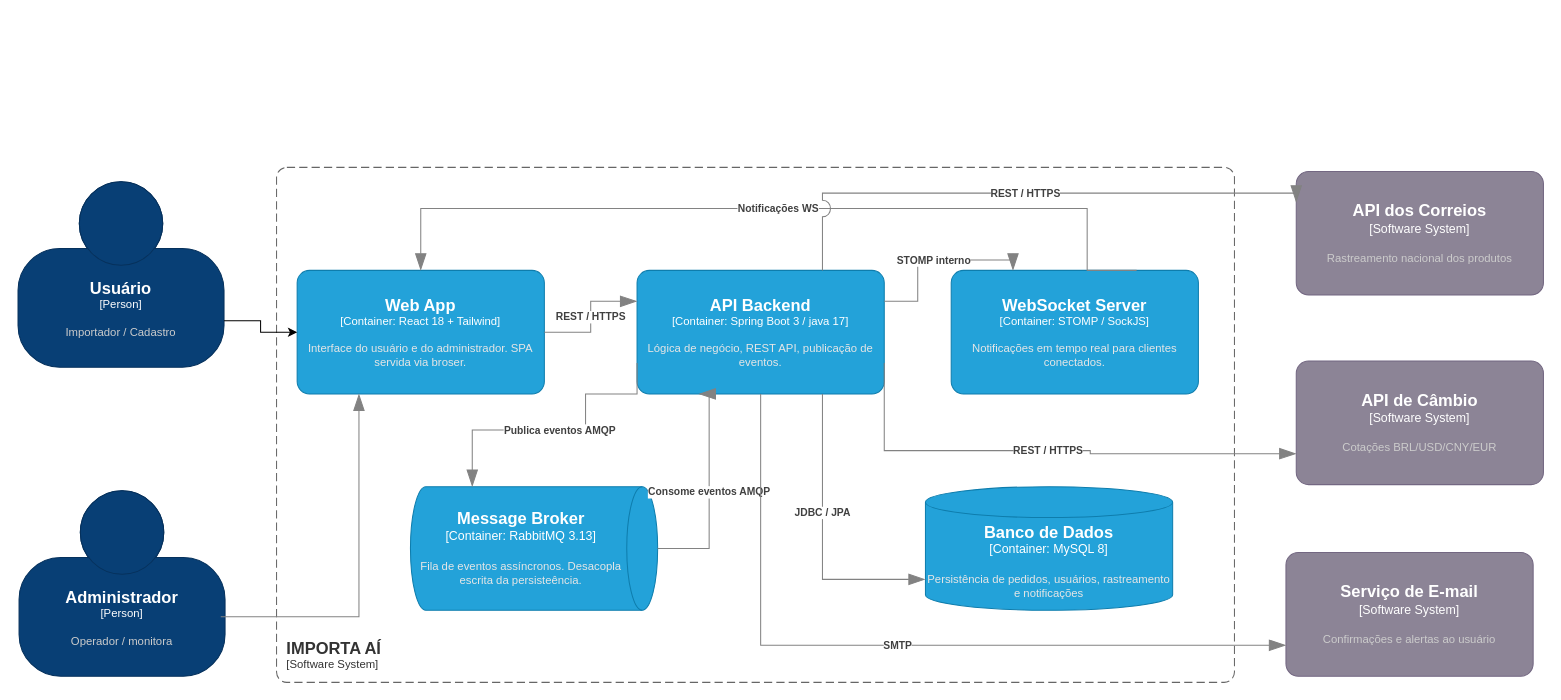
Earlier version of the draw.io diagram artefatos/design-de-software/diagramas-C4/Diagrama-de-Container-importa-ai.drawio (HigorPauulo/importa-ai). Source tidied: cells renumbered, new cells numbered last; positions are measured from the earlier drawing's top-left corner, leaving out a move shared by most shapes. Both pictures are drawn from the tidied source at 103%, with x=0, y=0 at pixel (18, 167).
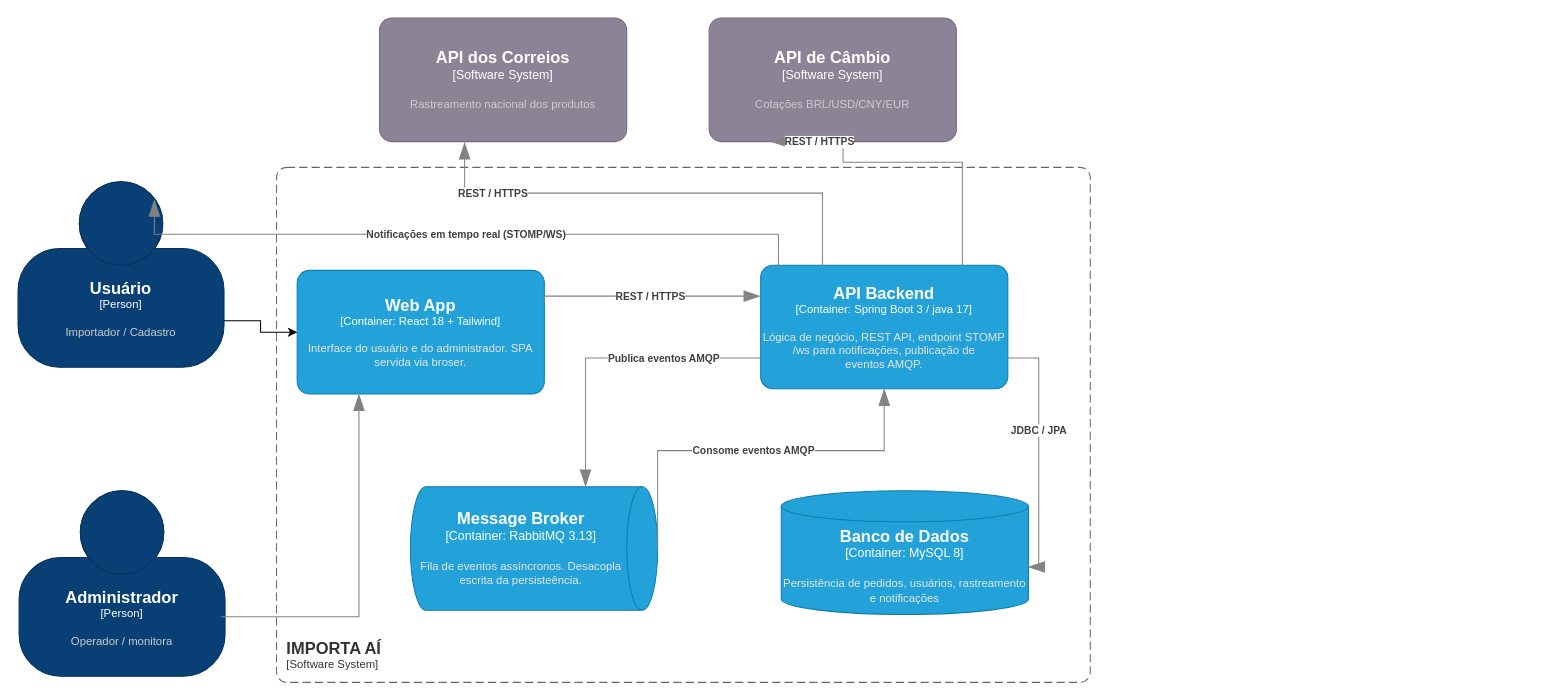
Above is the later version.

Commit message (it also covers changes not shown here):
docs(c4): atualizar diagramas Contexto e Container

- Contexto: rótulo da API de Câmbio passa a especificar pares CNY/USD/EUR ↔ BRL
- Container: remove serviço de e-mail e seu canal SMTP (fora do escopo)
- Container: WebSocket Server fundido no API Backend (descrição atualizada
  para REST + endpoint STOMP /ws)
- Container: nova seta 'Notificações em tempo real (STOMP/WS)' do API Backend
  para o Usuário
- Container: rótulo do broker confirmado como RabbitMQ 3.13

The change refers to these unchanged cells:
```xml
<object id="2" label="&lt;font style=&quot;font-size: 16px&quot;&gt;&lt;b&gt;%c4Name%&lt;/b&gt;&lt;/font&gt;&lt;div&gt;[%c4Type%]&lt;/div&gt;&lt;br&gt;&lt;div&gt;&lt;font style=&quot;font-size: 11px&quot;&gt;&lt;font color=&quot;#cccccc&quot;&gt;%c4Description%&lt;/font&gt;&lt;/div&gt;" c4Description="Importador / Cadastro" c4Name="Usuário" c4Type="Person" placeholders="1">
  <mxCell style="html=1;fontSize=11;dashed=0;whiteSpace=wrap;fillColor=#083F75;strokeColor=#06315C;fontColor=#ffffff;shape=mxgraph.c4.person2;align=center;points=[[0.5,0,0],[1,0.5,0],[1,0.75,0],[0.75,1,0],[0.5,1,0],[0.25,1,0],[0,0.75,0],[0,0.5,0]];" parent="1" vertex="1">
    <mxGeometry y="14" width="200" height="180" as="geometry" />
  </mxCell>
</object>
<object id="9" label="&lt;font style=&quot;font-size: 16px&quot;&gt;&lt;b&gt;%c4Name%&lt;/b&gt;&lt;/font&gt;&lt;div&gt;[%c4Type%:&amp;nbsp;%c4Technology%]&lt;/div&gt;&lt;br&gt;&lt;div&gt;&lt;font style=&quot;font-size: 11px&quot;&gt;&lt;font color=&quot;#E6E6E6&quot;&gt;%c4Description%&lt;/font&gt;&lt;/div&gt;" c4Description="Fila de eventos assíncronos. Desacopla escrita da persisteência." c4Name="Message Broker" c4Technology="RabbitMQ 3.13" c4Type="Container" placeholders="1">
  <mxCell style="shape=cylinder3;size=15;direction=south;whiteSpace=wrap;html=1;boundedLbl=1;rounded=0;labelBackgroundColor=none;fillColor=#23A2D9;fontSize=12;fontColor=#ffffff;align=center;strokeColor=#0E7DAD;points=[[0.5,0,0],[1,0.25,0],[1,0.5,0],[1,0.75,0],[0.5,1,0],[0,0.75,0],[0,0.5,0],[0,0.25,0]];" parent="1" vertex="1">
    <mxGeometry x="381" y="310" width="240" height="120" as="geometry" />
  </mxCell>
</object>
<object id="10" label="&lt;font style=&quot;font-size: 16px&quot;&gt;&lt;b&gt;%c4Name%&lt;/b&gt;&lt;/font&gt;&lt;div&gt;[%c4Type%: %c4Technology%]&lt;/div&gt;&lt;br&gt;&lt;div&gt;&lt;font style=&quot;font-size: 11px&quot;&gt;&lt;font color=&quot;#E6E6E6&quot;&gt;%c4Description%&lt;/font&gt;&lt;/div&gt;" c4Description="Interface do usuário e do administrador. SPA servida via broser." c4Name="Web App" c4Technology="React 18 + Tailwind" c4Type="Container" placeholders="1">
  <mxCell style="rounded=1;whiteSpace=wrap;html=1;fontSize=11;labelBackgroundColor=none;fillColor=#23A2D9;fontColor=#ffffff;align=center;arcSize=10;strokeColor=#0E7DAD;points=[[0.25,0,0],[0.5,0,0],[0.75,0,0],[1,0.25,0],[1,0.5,0],[1,0.75,0],[0.75,1,0],[0.5,1,0],[0.25,1,0],[0,0.75,0],[0,0.5,0],[0,0.25,0]];" parent="1" vertex="1">
    <mxGeometry x="271" y="100" width="240" height="120" as="geometry" />
  </mxCell>
</object>
```

Diff of the diagram source:
```diff
@@
-    <object id="4" label="&lt;font style=&quot;font-size: 16px&quot;&gt;&lt;b&gt;%c4Name%&lt;/b&gt;&lt;/font&gt;&lt;div&gt;[%c4Type%]&lt;/div&gt;&lt;br&gt;&lt;div&gt;&lt;font style=&quot;font-size: 11px&quot;&gt;&lt;font color=&quot;#cccccc&quot;&gt;%c4Description%&lt;/font&gt;&lt;/div&gt;" c4Description="Confirmações e alertas ao usuário" c4Name="Serviço de E-mail" c4Type="Software System" placeholders="1">
-      <mxCell style="rounded=1;whiteSpace=wrap;html=1;labelBackgroundColor=none;fillColor=#8C8496;fontColor=#ffffff;align=center;arcSize=10;strokeColor=#736782;points=[[0.25,0,0],[0.5,0,0],[0.75,0,0],[1,0.25,0],[1,0.5,0],[1,0.75,0],[0.75,1,0],[0.5,1,0],[0.25,1,0],[0,0.75,0],[0,0.5,0],[0,0.25,0]];" parent="1" vertex="1">
-        <mxGeometry x="1231" y="374" width="240" height="120" as="geometry" />
-      </mxCell>
-    </object>
     <object id="5" label="&lt;font style=&quot;font-size: 16px&quot;&gt;&lt;b&gt;%c4Name%&lt;/b&gt;&lt;/font&gt;&lt;div&gt;[%c4Type%]&lt;/div&gt;&lt;br&gt;&lt;div&gt;&lt;font style=&quot;font-size: 11px&quot;&gt;&lt;font color=&quot;#cccccc&quot;&gt;%c4Description%&lt;/font&gt;&lt;/div&gt;" c4Description="Cotações BRL/USD/CNY/EUR" c4Name="API de Câmbio" c4Type="Software System" placeholders="1">
       <mxCell style="rounded=1;whiteSpace=wrap;html=1;labelBackgroundColor=none;fillColor=#8C8496;fontColor=#ffffff;align=center;arcSize=10;strokeColor=#736782;points=[[0.25,0,0],[0.5,0,0],[0.75,0,0],[1,0.25,0],[1,0.5,0],[1,0.75,0],[0.75,1,0],[0.5,1,0],[0.25,1,0],[0,0.75,0],[0,0.5,0],[0,0.25,0]];" parent="1" vertex="1">
-        <mxGeometry x="1241" y="188" width="240" height="120" as="geometry" />
+        <mxGeometry x="671" y="-145" width="240" height="120" as="geometry" />
       </mxCell>
     </object>
     <object id="6" label="&lt;font style=&quot;font-size: 16px&quot;&gt;&lt;b&gt;%c4Name%&lt;/b&gt;&lt;/font&gt;&lt;div&gt;[%c4Type%]&lt;/div&gt;&lt;br&gt;&lt;div&gt;&lt;font style=&quot;font-size: 11px&quot;&gt;&lt;font color=&quot;#cccccc&quot;&gt;%c4Description%&lt;/font&gt;&lt;/div&gt;" c4Description="Rastreamento nacional dos produtos" c4Name="API dos Correios" c4Type="Software System" placeholders="1">
       <mxCell style="rounded=1;whiteSpace=wrap;html=1;labelBackgroundColor=none;fillColor=#8C8496;fontColor=#ffffff;align=center;arcSize=10;strokeColor=#736782;points=[[0.25,0,0],[0.5,0,0],[0.75,0,0],[1,0.25,0],[1,0.5,0],[1,0.75,0],[0.75,1,0],[0.5,1,0],[0.25,1,0],[0,0.75,0],[0,0.5,0],[0,0.25,0]];" parent="1" vertex="1">
-        <mxGeometry x="1241" y="4" width="240" height="120" as="geometry" />
+        <mxGeometry x="351" y="-145" width="240" height="120" as="geometry" />
       </mxCell>
     </object>
     <object id="7" label="&lt;font style=&quot;font-size: 16px&quot;&gt;&lt;b&gt;&lt;div style=&quot;text-align: left&quot;&gt;%c4Name%&lt;/div&gt;&lt;/b&gt;&lt;/font&gt;&lt;div style=&quot;text-align: left&quot;&gt;[%c4Application%]&lt;/div&gt;" c4Application="Software System" c4Name="IMPORTA AÍ" placeholders="1">
       <mxCell style="rounded=1;fontSize=11;whiteSpace=wrap;html=1;dashed=1;arcSize=20;fillColor=none;strokeColor=#666666;fontColor=#333333;labelBackgroundColor=none;align=left;verticalAlign=bottom;labelBorderColor=none;spacingTop=0;spacing=10;dashPattern=8 4;perimeter=rectanglePerimeter;noLabel=0;labelPadding=0;absoluteArcSize=1;" parent="1" vertex="1">
-        <mxGeometry x="251" width="930" height="500" as="geometry" />
+        <mxGeometry x="251" width="790" height="500" as="geometry" />
       </mxCell>
     </object>
     <object id="8" label="&lt;font style=&quot;font-size: 16px&quot;&gt;&lt;b&gt;%c4Name%&lt;/b&gt;&lt;/font&gt;&lt;div&gt;[%c4Type%:&amp;nbsp;%c4Technology%]&lt;/div&gt;&lt;br&gt;&lt;div&gt;&lt;font style=&quot;font-size: 11px&quot;&gt;&lt;font color=&quot;#E6E6E6&quot;&gt;%c4Description%&lt;/font&gt;&lt;/div&gt;" c4Description="Persistência de pedidos, usuários, rastreamento e notificações" c4Name="Banco de Dados" c4Technology="MySQL 8" c4Type="Container" placeholders="1">
       <mxCell style="shape=cylinder3;size=15;whiteSpace=wrap;html=1;boundedLbl=1;rounded=0;labelBackgroundColor=none;fillColor=#23A2D9;fontSize=12;fontColor=#ffffff;align=center;strokeColor=#0E7DAD;points=[[0.5,0,0],[1,0.25,0],[1,0.5,0],[1,0.75,0],[0.5,1,0],[0,0.75,0],[0,0.5,0],[0,0.25,0]];" parent="1" vertex="1">
-        <mxGeometry x="881" y="310" width="240" height="120" as="geometry" />
+        <mxGeometry x="741" y="314" width="240" height="120" as="geometry" />
       </mxCell>
     </object>
@@
-    <object id="12" label="&lt;font style=&quot;font-size: 16px&quot;&gt;&lt;b&gt;%c4Name%&lt;/b&gt;&lt;/font&gt;&lt;div&gt;[%c4Type%: %c4Technology%]&lt;/div&gt;&lt;br&gt;&lt;div&gt;&lt;font style=&quot;font-size: 11px&quot;&gt;&lt;font color=&quot;#E6E6E6&quot;&gt;%c4Description%&lt;/font&gt;&lt;/div&gt;" c4Description="Lógica de negócio, REST API, publicação de eventos." c4Name="API Backend" c4Technology="Spring Boot 3 / java 17" c4Type="Container" placeholders="1">
+    <object id="12" label="&lt;font style=&quot;font-size: 16px&quot;&gt;&lt;b&gt;%c4Name%&lt;/b&gt;&lt;/font&gt;&lt;div&gt;[%c4Type%: %c4Technology%]&lt;/div&gt;&lt;br&gt;&lt;div&gt;&lt;font style=&quot;font-size: 11px&quot;&gt;&lt;font color=&quot;#E6E6E6&quot;&gt;%c4Description%&lt;/font&gt;&lt;/div&gt;" c4Description="Lógica de negócio, REST API, endpoint STOMP /ws para notificações, publicação de&#10;  eventos AMQP." c4Name="API Backend" c4Technology="Spring Boot 3 / java 17" c4Type="Container" placeholders="1">
       <mxCell style="rounded=1;whiteSpace=wrap;html=1;fontSize=11;labelBackgroundColor=none;fillColor=#23A2D9;fontColor=#ffffff;align=center;arcSize=10;strokeColor=#0E7DAD;points=[[0.25,0,0],[0.5,0,0],[0.75,0,0],[1,0.25,0],[1,0.5,0],[1,0.75,0],[0.75,1,0],[0.5,1,0],[0.25,1,0],[0,0.75,0],[0,0.5,0],[0,0.25,0]];" parent="1" vertex="1">
-        <mxGeometry x="601" y="100" width="240" height="120" as="geometry" />
+        <mxGeometry x="721" y="95" width="240" height="120" as="geometry" />
       </mxCell>
     </object>
-    <object id="13" label="&lt;font style=&quot;font-size: 16px&quot;&gt;&lt;b&gt;%c4Name%&lt;/b&gt;&lt;/font&gt;&lt;div&gt;[%c4Type%: %c4Technology%]&lt;/div&gt;&lt;br&gt;&lt;div&gt;&lt;font style=&quot;font-size: 11px&quot;&gt;&lt;font color=&quot;#E6E6E6&quot;&gt;%c4Description%&lt;/font&gt;&lt;/div&gt;" c4Description="Notificações em tempo real para clientes&#10;conectados." c4Name="WebSocket Server" c4Technology="STOMP / SockJS" c4Type="Container" placeholders="1">
-      <mxCell style="rounded=1;whiteSpace=wrap;html=1;fontSize=11;labelBackgroundColor=none;fillColor=#23A2D9;fontColor=#ffffff;align=center;arcSize=10;strokeColor=#0E7DAD;points=[[0.25,0,0],[0.5,0,0],[0.75,0,0],[1,0.25,0],[1,0.5,0],[1,0.75,0],[0.75,1,0],[0.5,1,0],[0.25,1,0],[0,0.75,0],[0,0.5,0],[0,0.25,0]];" parent="1" vertex="1">
-        <mxGeometry x="906" y="100" width="240" height="120" as="geometry" />
-      </mxCell>
-    </object>
@@
     <object id="15" label="&lt;div style=&quot;text-align: left&quot;&gt;&lt;div style=&quot;text-align: center&quot;&gt;&lt;b&gt;%c4Description%&lt;/b&gt;&lt;/div&gt;" c4Description="REST / HTTPS" placeholders="1">
-      <mxCell style="endArrow=blockThin;html=1;fontSize=10;fontColor=#404040;strokeWidth=1;endFill=1;strokeColor=#828282;elbow=vertical;endSize=14;startSize=14;jumpStyle=arc;jumpSize=16;rounded=0;edgeStyle=orthogonalEdgeStyle;exitX=1;exitY=0.5;exitDx=0;exitDy=0;exitPerimeter=0;entryX=0;entryY=0.25;entryDx=0;entryDy=0;entryPerimeter=0;" parent="1" edge="1" source="10" target="12">
-        <mxGeometry relative="1" as="geometry" />
+      <mxCell style="endArrow=blockThin;html=1;fontSize=10;fontColor=#404040;strokeWidth=1;endFill=1;strokeColor=#828282;elbow=vertical;endSize=14;startSize=14;jumpStyle=arc;jumpSize=16;rounded=0;edgeStyle=orthogonalEdgeStyle;exitX=1;exitY=0.25;exitDx=0;exitDy=0;exitPerimeter=0;entryX=0;entryY=0.25;entryDx=0;entryDy=0;entryPerimeter=0;" parent="1" edge="1" source="10" target="12">
+        <mxGeometry relative="1" as="geometry">
+          <Array as="points">
+            <mxPoint x="511" y="125" />
+          </Array>
+        </mxGeometry>
       </mxCell>
     </object>
     <object id="16" label="&lt;div style=&quot;text-align: left&quot;&gt;&lt;div style=&quot;text-align: center&quot;&gt;&lt;b&gt;%c4Description%&lt;/b&gt;&lt;/div&gt;" c4Description="Publica eventos AMQP" placeholders="1">
-      <mxCell style="endArrow=blockThin;html=1;fontSize=10;fontColor=#404040;strokeWidth=1;endFill=1;strokeColor=#828282;elbow=vertical;endSize=14;startSize=14;jumpStyle=arc;jumpSize=16;rounded=0;edgeStyle=orthogonalEdgeStyle;exitX=0;exitY=0.75;exitDx=0;exitDy=0;exitPerimeter=0;entryX=0;entryY=0.75;entryDx=0;entryDy=0;entryPerimeter=0;" parent="1" edge="1" source="12" target="9">
-        <mxGeometry relative="1" as="geometry">
+      <mxCell style="endArrow=blockThin;html=1;fontSize=10;fontColor=#404040;strokeWidth=1;endFill=1;strokeColor=#828282;elbow=vertical;endSize=14;startSize=14;jumpStyle=arc;jumpSize=16;rounded=0;edgeStyle=orthogonalEdgeStyle;exitX=0;exitY=0.75;exitDx=0;exitDy=0;exitPerimeter=0;" parent="1" edge="1" source="12" target="9">
+        <mxGeometry x="-0.36" relative="1" as="geometry">
           <Array as="points">
-            <mxPoint x="601" y="220" />
-            <mxPoint x="551" y="220" />
-            <mxPoint x="551" y="255" />
-            <mxPoint x="441" y="255" />
+            <mxPoint x="551" y="185" />
           </Array>
         </mxGeometry>
       </mxCell>
     </object>
     <object id="17" label="&lt;div style=&quot;text-align: left&quot;&gt;&lt;div style=&quot;text-align: center&quot;&gt;&lt;b&gt;%c4Description%&lt;/b&gt;&lt;/div&gt;" c4Description="Consome eventos AMQP" placeholders="1">
-      <mxCell style="endArrow=blockThin;html=1;fontSize=10;fontColor=#404040;strokeWidth=1;endFill=1;strokeColor=#828282;elbow=vertical;endSize=14;startSize=14;jumpStyle=arc;jumpSize=16;rounded=0;edgeStyle=orthogonalEdgeStyle;exitX=0.5;exitY=0;exitDx=0;exitDy=0;exitPerimeter=0;entryX=0.25;entryY=1;entryDx=0;entryDy=0;entryPerimeter=0;" parent="1" edge="1" source="9" target="12">
+      <mxCell style="endArrow=blockThin;html=1;fontSize=10;fontColor=#404040;strokeWidth=1;endFill=1;strokeColor=#828282;elbow=vertical;endSize=14;startSize=14;jumpStyle=arc;jumpSize=16;rounded=0;edgeStyle=orthogonalEdgeStyle;exitX=0.5;exitY=0;exitDx=0;exitDy=0;exitPerimeter=0;entryX=0.5;entryY=1;entryDx=0;entryDy=0;entryPerimeter=0;" parent="1" edge="1" source="9" target="12">
         <mxGeometry relative="1" as="geometry">
           <Array as="points">
-            <mxPoint x="671" y="370" />
-            <mxPoint x="671" y="220" />
+            <mxPoint x="621" y="275" />
+            <mxPoint x="841" y="275" />
           </Array>
         </mxGeometry>
       </mxCell>
     </object>
     <object id="18" label="&lt;div style=&quot;text-align: left&quot;&gt;&lt;div style=&quot;text-align: center&quot;&gt;&lt;b&gt;%c4Description%&lt;/b&gt;&lt;/div&gt;" c4Description="JDBC / JPA" placeholders="1">
-      <mxCell style="endArrow=blockThin;html=1;fontSize=10;fontColor=#404040;strokeWidth=1;endFill=1;strokeColor=#828282;elbow=vertical;endSize=14;startSize=14;jumpStyle=arc;jumpSize=16;rounded=0;edgeStyle=orthogonalEdgeStyle;entryX=0;entryY=0.75;entryDx=0;entryDy=0;entryPerimeter=0;exitX=0.75;exitY=1;exitDx=0;exitDy=0;exitPerimeter=0;" parent="1" edge="1" source="12" target="8">
+      <mxCell style="endArrow=blockThin;html=1;fontSize=10;fontColor=#404040;strokeWidth=1;endFill=1;strokeColor=#828282;elbow=vertical;endSize=14;startSize=14;jumpStyle=arc;jumpSize=16;rounded=0;edgeStyle=orthogonalEdgeStyle;entryX=0.998;entryY=0.617;entryDx=0;entryDy=0;entryPerimeter=0;exitX=1;exitY=0.75;exitDx=0;exitDy=0;exitPerimeter=0;" parent="1" edge="1" source="12" target="8">
         <mxGeometry x="-0.18" relative="1" as="geometry" />
       </mxCell>
     </object>
-    <object id="19" label="&lt;div style=&quot;text-align: left&quot;&gt;&lt;div style=&quot;text-align: center&quot;&gt;&lt;b&gt;%c4Description%&lt;/b&gt;&lt;/div&gt;" c4Description="Notificações WS" placeholders="1">
-      <mxCell style="endArrow=blockThin;html=1;fontSize=10;fontColor=#404040;strokeWidth=1;endFill=1;strokeColor=#828282;elbow=vertical;endSize=14;startSize=14;jumpStyle=arc;jumpSize=16;rounded=0;edgeStyle=orthogonalEdgeStyle;exitX=0.75;exitY=0;exitDx=0;exitDy=0;exitPerimeter=0;entryX=0.5;entryY=0;entryDx=0;entryDy=0;entryPerimeter=0;" parent="1" edge="1" source="13" target="10">
-        <mxGeometry relative="1" as="geometry">
-          <Array as="points">
-            <mxPoint x="1038" y="100" />
-            <mxPoint x="1038" y="40" />
-            <mxPoint x="391" y="40" />
-          </Array>
-        </mxGeometry>
-      </mxCell>
-    </object>
-    <object id="20" label="&lt;div style=&quot;text-align: left&quot;&gt;&lt;div style=&quot;text-align: center&quot;&gt;&lt;b&gt;%c4Description%&lt;/b&gt;&lt;/div&gt;" c4Description="STOMP interno" placeholders="1">
-      <mxCell style="endArrow=blockThin;html=1;fontSize=10;fontColor=#404040;strokeWidth=1;endFill=1;strokeColor=#828282;elbow=vertical;endSize=14;startSize=14;jumpStyle=arc;jumpSize=16;rounded=0;edgeStyle=orthogonalEdgeStyle;entryX=0.25;entryY=0;entryDx=0;entryDy=0;entryPerimeter=0;exitX=1;exitY=0.25;exitDx=0;exitDy=0;exitPerimeter=0;" parent="1" edge="1" source="12" target="13">
-        <mxGeometry relative="1" as="geometry" />
-      </mxCell>
-    </object>
     <object id="21" label="&lt;div style=&quot;text-align: left&quot;&gt;&lt;div style=&quot;text-align: center&quot;&gt;&lt;b&gt;%c4Description%&lt;/b&gt;&lt;/div&gt;" c4Description="REST / HTTPS" placeholders="1">
-      <mxCell style="endArrow=blockThin;html=1;fontSize=10;fontColor=#404040;strokeWidth=1;endFill=1;strokeColor=#828282;elbow=vertical;endSize=14;startSize=14;jumpStyle=arc;jumpSize=16;rounded=0;edgeStyle=orthogonalEdgeStyle;exitX=0.75;exitY=0;exitDx=0;exitDy=0;exitPerimeter=0;entryX=0;entryY=0.25;entryDx=0;entryDy=0;entryPerimeter=0;" parent="1" edge="1" source="12" target="6">
-        <mxGeometry relative="1" as="geometry">
+      <mxCell style="endArrow=blockThin;html=1;fontSize=10;fontColor=#404040;strokeWidth=1;endFill=1;strokeColor=#828282;elbow=vertical;endSize=14;startSize=14;jumpStyle=arc;jumpSize=16;rounded=0;edgeStyle=orthogonalEdgeStyle;exitX=0.25;exitY=0;exitDx=0;exitDy=0;exitPerimeter=0;entryX=0.344;entryY=1.006;entryDx=0;entryDy=0;entryPerimeter=0;" parent="1" edge="1" source="12" target="6">
+        <mxGeometry x="0.67" relative="1" as="geometry">
           <Array as="points">
             <mxPoint x="781" y="25" />
-            <mxPoint x="1241" y="25" />
+            <mxPoint x="434" y="25" />
           </Array>
         </mxGeometry>
       </mxCell>
     </object>
     <object id="22" label="&lt;div style=&quot;text-align: left&quot;&gt;&lt;div style=&quot;text-align: center&quot;&gt;&lt;b&gt;%c4Description%&lt;/b&gt;&lt;/div&gt;" c4Description="REST / HTTPS" placeholders="1">
-      <mxCell style="endArrow=blockThin;html=1;fontSize=10;fontColor=#404040;strokeWidth=1;endFill=1;strokeColor=#828282;elbow=vertical;endSize=14;startSize=14;jumpStyle=arc;jumpSize=16;rounded=0;edgeStyle=orthogonalEdgeStyle;exitX=1;exitY=0.75;exitDx=0;exitDy=0;exitPerimeter=0;entryX=0;entryY=0.75;entryDx=0;entryDy=0;entryPerimeter=0;" parent="1" edge="1" source="12" target="5">
-        <mxGeometry relative="1" as="geometry">
+      <mxCell style="endArrow=blockThin;html=1;fontSize=10;fontColor=#404040;strokeWidth=1;endFill=1;strokeColor=#828282;elbow=vertical;endSize=14;startSize=14;jumpStyle=arc;jumpSize=16;rounded=0;edgeStyle=orthogonalEdgeStyle;exitX=0.816;exitY=0.006;exitDx=0;exitDy=0;exitPerimeter=0;entryX=0.25;entryY=1;entryDx=0;entryDy=0;entryPerimeter=0;" parent="1" edge="1" source="12" target="5">
+        <mxGeometry x="0.7" relative="1" as="geometry">
           <Array as="points">
-            <mxPoint x="841" y="275" />
-            <mxPoint x="1041" y="275" />
-            <mxPoint x="1041" y="278" />
+            <mxPoint x="917" y="-5" />
+            <mxPoint x="801" y="-5" />
+            <mxPoint x="801" y="-25" />
           </Array>
+          <mxPoint x="1" as="offset" />
         </mxGeometry>
       </mxCell>
     </object>
-    <object id="23" label="&lt;div style=&quot;text-align: left&quot;&gt;&lt;div style=&quot;text-align: center&quot;&gt;&lt;b&gt;%c4Description%&lt;/b&gt;&lt;/div&gt;" c4Description="SMTP" placeholders="1">
-      <mxCell style="endArrow=blockThin;html=1;fontSize=10;fontColor=#404040;strokeWidth=1;endFill=1;strokeColor=#828282;elbow=vertical;endSize=14;startSize=14;jumpStyle=arc;jumpSize=16;rounded=0;edgeStyle=orthogonalEdgeStyle;exitX=0.5;exitY=1;exitDx=0;exitDy=0;exitPerimeter=0;entryX=0;entryY=0.75;entryDx=0;entryDy=0;entryPerimeter=0;" parent="1" edge="1" source="12" target="4">
-        <mxGeometry relative="1" as="geometry" />
-      </mxCell>
-    </object>
+    <object id="24" label="&lt;div style=&quot;text-align: left&quot;&gt;&lt;div style=&quot;text-align: center&quot;&gt;&lt;b&gt;%c4Description%&lt;/b&gt;&lt;/div&gt;" c4Description="Notificações em tempo real (STOMP/WS)" placeholders="1">
+      <mxCell style="endArrow=blockThin;html=1;fontSize=10;fontColor=#404040;strokeWidth=1;endFill=1;strokeColor=#828282;elbow=vertical;endSize=14;startSize=14;jumpStyle=arc;jumpSize=16;rounded=0;edgeStyle=orthogonalEdgeStyle;entryX=0.662;entryY=0.096;entryDx=0;entryDy=0;entryPerimeter=0;exitX=0.072;exitY=0.02;exitDx=0;exitDy=0;exitPerimeter=0;" parent="1" edge="1" source="12" target="2">
+        <mxGeometry relative="1" as="geometry">
+          <Array as="points">
+            <mxPoint x="738" y="65" />
+            <mxPoint x="132" y="65" />
+          </Array>
+        </mxGeometry>
+      </mxCell>
+    </object>
```
